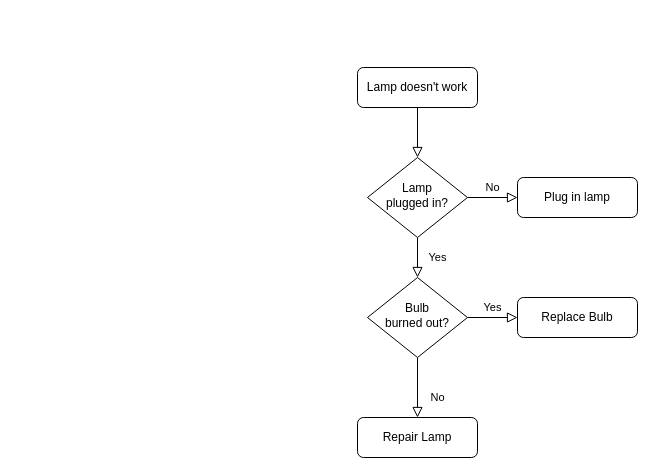
The draw.io diagram Untitled Diagram.drawio in jwilliamson24/AW-OSS, before the edit. Source tidied: cells renumbered, new cells numbered last; positions are measured from the earlier drawing's top-left corner, leaving out a move shared by most shapes. Both pictures are drawn from the tidied source at 100%, with x=0, y=0 at pixel (357, 67).
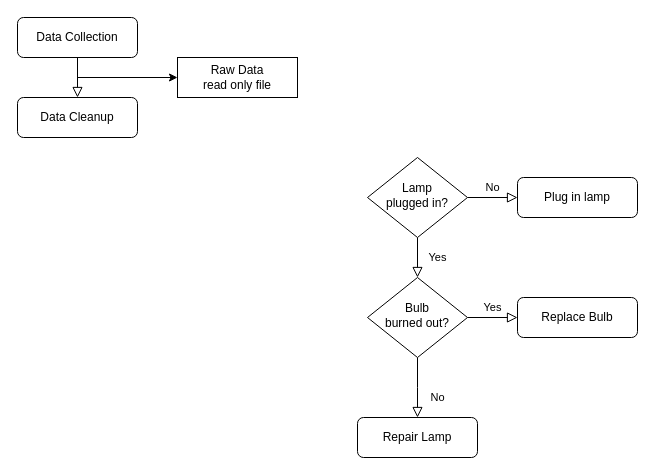
After the change.

Change to the diagram source:
```diff
@@
 <mxGraphModel>
   <root>
     <mxCell id="0" />
     <mxCell id="1" parent="0" />
-    <mxCell id="2" style="rounded=0;html=1;jettySize=auto;fontSize=11;endArrow=block;endFill=0;endSize=8;strokeWidth=1;shadow=0;labelBackgroundColor=none;edgeStyle=orthogonalEdgeStyle;" parent="1" edge="1" source="3" target="6">
+    <mxCell id="2" style="rounded=0;html=1;jettySize=auto;fontSize=11;endArrow=block;endFill=0;endSize=8;strokeWidth=1;shadow=0;labelBackgroundColor=none;edgeStyle=orthogonalEdgeStyle;entryX=0.5;entryY=0;entryDx=0;entryDy=0;" parent="1" edge="1" source="3" target="13">
       <mxGeometry relative="1" as="geometry" />
     </mxCell>
-    <mxCell id="3" value="Lamp doesn't work" style="rounded=1;whiteSpace=wrap;html=1;fontSize=12;glass=0;strokeWidth=1;shadow=0;" parent="1" vertex="1">
-      <mxGeometry width="120" height="40" as="geometry" />
+    <mxCell id="3" value="Data Collection" style="rounded=1;whiteSpace=wrap;html=1;fontSize=12;glass=0;strokeWidth=1;shadow=0;" parent="1" vertex="1">
+      <mxGeometry x="-340" y="-50" width="120" height="40" as="geometry" />
     </mxCell>
     <mxCell id="4" value="Yes" style="rounded=0;html=1;jettySize=auto;fontSize=11;endArrow=block;endFill=0;endSize=8;strokeWidth=1;shadow=0;labelBackgroundColor=none;edgeStyle=orthogonalEdgeStyle;" parent="1" edge="1" source="6" target="10">
       <mxGeometry y="20" relative="1" as="geometry" />
     </mxCell>
     <mxCell id="5" value="No" style="edgeStyle=orthogonalEdgeStyle;rounded=0;html=1;jettySize=auto;fontSize=11;endArrow=block;endFill=0;endSize=8;strokeWidth=1;shadow=0;labelBackgroundColor=none;" parent="1" edge="1" source="6" target="7">
       <mxGeometry y="10" relative="1" as="geometry" />
     </mxCell>
     <mxCell id="6" value="Lamp&lt;br&gt;plugged in?" style="rhombus;whiteSpace=wrap;html=1;shadow=0;fontFamily=Helvetica;fontSize=12;align=center;strokeWidth=1;spacing=6;spacingTop=-4;" parent="1" vertex="1">
       <mxGeometry x="10" y="90" width="100" height="80" as="geometry" />
     </mxCell>
     <mxCell id="7" value="Plug in lamp" style="rounded=1;whiteSpace=wrap;html=1;fontSize=12;glass=0;strokeWidth=1;shadow=0;" parent="1" vertex="1">
       <mxGeometry x="160" y="110" width="120" height="40" as="geometry" />
     </mxCell>
-    <mxCell id="8" value="No" style="rounded=0;html=1;jettySize=auto;fontSize=11;endArrow=block;endFill=0;endSize=8;strokeWidth=1;shadow=0;labelBackgroundColor=none;edgeStyle=orthogonalEdgeStyle;" parent="1" edge="1" source="10" target="11">
-      <mxGeometry x="0.33" y="20" relative="1" as="geometry" />
+    <mxCell id="8" value="No" style="rounded=0;html=1;jettySize=auto;fontSize=11;endArrow=block;endFill=0;endSize=8;strokeWidth=1;shadow=0;labelBackgroundColor=none;edgeStyle=orthogonalEdgeStyle;" parent="1" edge="1" source="10">
+      <mxGeometry x="0.33" y="20" relative="1" as="geometry">
+        <mxPoint x="60" y="350" as="targetPoint" />
+      </mxGeometry>
     </mxCell>
     <mxCell id="9" value="Yes" style="edgeStyle=orthogonalEdgeStyle;rounded=0;html=1;jettySize=auto;fontSize=11;endArrow=block;endFill=0;endSize=8;strokeWidth=1;shadow=0;labelBackgroundColor=none;" parent="1" edge="1" source="10" target="12">
       <mxGeometry y="10" relative="1" as="geometry" />
     </mxCell>
     <mxCell id="10" value="Bulb&lt;br&gt;burned out?" style="rhombus;whiteSpace=wrap;html=1;shadow=0;fontFamily=Helvetica;fontSize=12;align=center;strokeWidth=1;spacing=6;spacingTop=-4;" parent="1" vertex="1">
       <mxGeometry x="10" y="210" width="100" height="80" as="geometry" />
     </mxCell>
     <mxCell id="11" value="Repair Lamp" style="rounded=1;whiteSpace=wrap;html=1;fontSize=12;glass=0;strokeWidth=1;shadow=0;" parent="1" vertex="1">
       <mxGeometry y="350" width="120" height="40" as="geometry" />
     </mxCell>
     <mxCell id="12" value="Replace Bulb" style="rounded=1;whiteSpace=wrap;html=1;fontSize=12;glass=0;strokeWidth=1;shadow=0;" parent="1" vertex="1">
       <mxGeometry x="160" y="230" width="120" height="40" as="geometry" />
     </mxCell>
+    <mxCell id="13" value="Data Cleanup" style="rounded=1;whiteSpace=wrap;html=1;" parent="1" vertex="1">
+      <mxGeometry x="-340" y="30" width="120" height="40" as="geometry" />
+    </mxCell>
+    <mxCell id="14" style="endArrow=classic;html=1;rounded=0;" parent="1" edge="1">
+      <mxGeometry relative="1" as="geometry">
+        <mxPoint x="-280" y="10" as="sourcePoint" />
+        <mxPoint x="-180" y="10" as="targetPoint" />
+      </mxGeometry>
+    </mxCell>
+    <mxCell id="15" value="Raw Data&lt;br&gt;read only file" style="rounded=0;whiteSpace=wrap;html=1;" parent="1" vertex="1">
+      <mxGeometry x="-180" y="-10" width="120" height="40" as="geometry" />
+    </mxCell>
   </root>
 </mxGraphModel>
```
